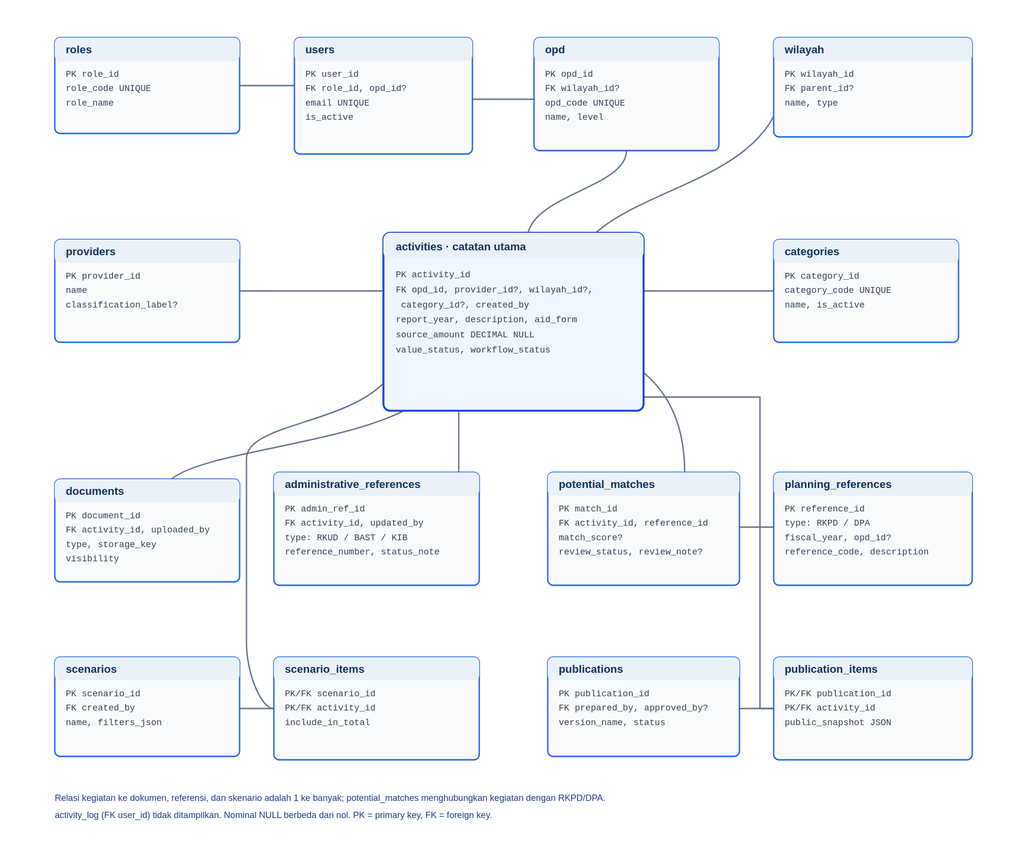
arifdwis/csr keeps this PlantUML diagram as dokumen/database_erd.svg. Above is the earlier version. Its source is kept beside it as dokumen/database_erd.puml.
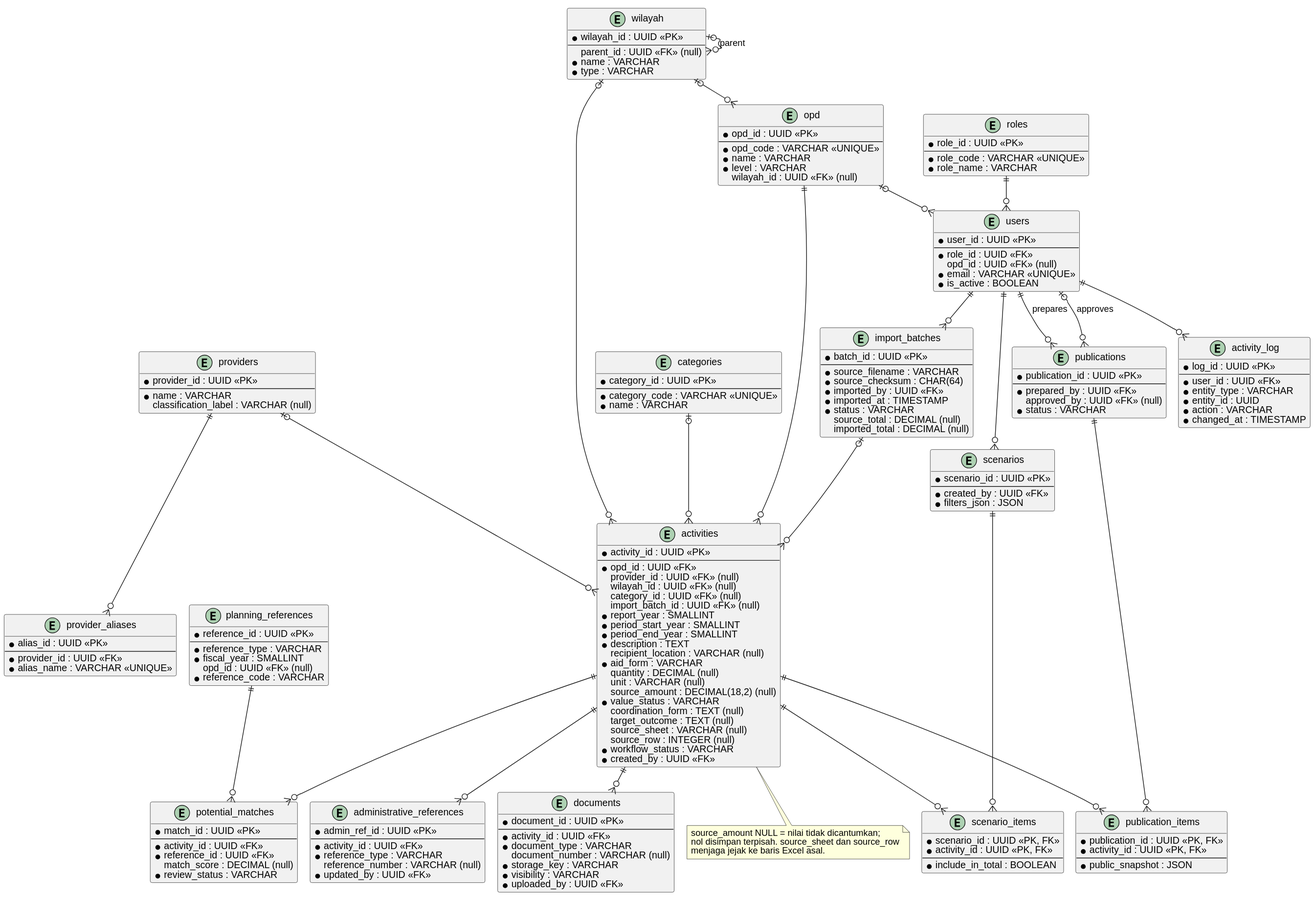
The same diagram one commit later.

Commit message:
docs: perbarui SRS ke v0.2, diagram use case, dan ERD

Diff of the diagram source:
```diff
@@ -1,8 +1,9 @@
 @startuml
+!pragma layout smetana
 hide methods
 hide stereotypes
-skinparam linetype ortho
 skinparam shadowing false
+skinparam defaultFontName Helvetica
 skinparam entity {
   BackgroundColor #F8FAFC
   BorderColor #2563EB
@@ -11,126 +12,166 @@
 entity roles {
   * role_id : UUID <<PK>>
   --
-  role_code : VARCHAR
-  role_name : VARCHAR
+  * role_code : VARCHAR <<UNIQUE>>
+  * role_name : VARCHAR
 }
 entity users {
   * user_id : UUID <<PK>>
   --
-  role_id : UUID <<FK>>
-  opd_id : UUID <<FK, nullable>>
-  email : VARCHAR <<UNIQUE>>
+  * role_id : UUID <<FK>>
+  opd_id : UUID <<FK>> (null)
+  * email : VARCHAR <<UNIQUE>>
+  * is_active : BOOLEAN
 }
 entity opd {
   * opd_id : UUID <<PK>>
   --
-  wilayah_id : UUID <<FK>>
-  opd_code : VARCHAR <<UNIQUE>>
-  name : VARCHAR
+  * opd_code : VARCHAR <<UNIQUE>>
+  * name : VARCHAR
+  * level : VARCHAR
+  wilayah_id : UUID <<FK>> (null)
 }
 entity wilayah {
   * wilayah_id : UUID <<PK>>
   --
-  parent_id : UUID <<FK>>
-  name : VARCHAR
-  type : VARCHAR
+  parent_id : UUID <<FK>> (null)
+  * name : VARCHAR
+  * type : VARCHAR
 }
 entity providers {
   * provider_id : UUID <<PK>>
   --
-  name : VARCHAR
-  classification_label : VARCHAR
+  * name : VARCHAR
+  classification_label : VARCHAR (null)
+}
+entity provider_aliases {
+  * alias_id : UUID <<PK>>
+  --
+  * provider_id : UUID <<FK>>
+  * alias_name : VARCHAR <<UNIQUE>>
 }
 entity categories {
   * category_id : UUID <<PK>>
   --
-  category_code : VARCHAR <<UNIQUE>>
-  name : VARCHAR
+  * category_code : VARCHAR <<UNIQUE>>
+  * name : VARCHAR
+}
+entity import_batches {
+  * batch_id : UUID <<PK>>
+  --
+  * source_filename : VARCHAR
+  * source_checksum : CHAR(64)
+  * imported_by : UUID <<FK>>
+  * imported_at : TIMESTAMP
+  * status : VARCHAR
+  source_total : DECIMAL (null)
+  imported_total : DECIMAL (null)
 }
 entity activities {
   * activity_id : UUID <<PK>>
   --
-  opd_id : UUID <<FK>>
-  provider_id : UUID <<FK>>
-  wilayah_id : UUID <<FK>>
-  category_id : UUID <<FK>>
-  report_year : SMALLINT
-  source_amount : DECIMAL NULL
-  value_status : VARCHAR
-  workflow_status : VARCHAR
+  * opd_id : UUID <<FK>>
+  provider_id : UUID <<FK>> (null)
+  wilayah_id : UUID <<FK>> (null)
+  category_id : UUID <<FK>> (null)
+  import_batch_id : UUID <<FK>> (null)
+  * report_year : SMALLINT
+  * period_start_year : SMALLINT
+  * period_end_year : SMALLINT
+  * description : TEXT
+  recipient_location : VARCHAR (null)
+  * aid_form : VARCHAR
+  quantity : DECIMAL (null)
+  unit : VARCHAR (null)
+  source_amount : DECIMAL(18,2) (null)
+  * value_status : VARCHAR
+  coordination_form : TEXT (null)
+  target_outcome : TEXT (null)
+  source_sheet : VARCHAR (null)
+  source_row : INTEGER (null)
+  * workflow_status : VARCHAR
+  * created_by : UUID <<FK>>
 }
 entity documents {
   * document_id : UUID <<PK>>
   --
-  activity_id : UUID <<FK>>
-  document_type : VARCHAR
-  storage_key : VARCHAR
-  visibility : VARCHAR
+  * activity_id : UUID <<FK>>
+  * document_type : VARCHAR
+  document_number : VARCHAR (null)
+  * storage_key : VARCHAR
+  * visibility : VARCHAR
+  * uploaded_by : UUID <<FK>>
 }
 entity administrative_references {
   * admin_ref_id : UUID <<PK>>
   --
-  activity_id : UUID <<FK>>
-  reference_type : VARCHAR
-  reference_number : VARCHAR
+  * activity_id : UUID <<FK>>
+  * reference_type : VARCHAR
+  reference_number : VARCHAR (null)
+  * updated_by : UUID <<FK>>
 }
 entity planning_references {
   * reference_id : UUID <<PK>>
   --
-  reference_type : VARCHAR
-  fiscal_year : SMALLINT
-  reference_code : VARCHAR
+  * reference_type : VARCHAR
+  * fiscal_year : SMALLINT
+  opd_id : UUID <<FK>> (null)
+  * reference_code : VARCHAR
 }
 entity potential_matches {
   * match_id : UUID <<PK>>
   --
-  activity_id : UUID <<FK>>
-  reference_id : UUID <<FK>>
-  match_score : DECIMAL NULL
-  review_status : VARCHAR
+  * activity_id : UUID <<FK>>
+  * reference_id : UUID <<FK>>
+  match_score : DECIMAL (null)
+  * review_status : VARCHAR
 }
 entity scenarios {
   * scenario_id : UUID <<PK>>
   --
-  created_by : UUID <<FK>>
-  filters_json : JSON
+  * created_by : UUID <<FK>>
+  * filters_json : JSON
 }
 entity scenario_items {
   * scenario_id : UUID <<PK, FK>>
   * activity_id : UUID <<PK, FK>>
   --
-  include_in_total : BOOLEAN
+  * include_in_total : BOOLEAN
 }
 entity publications {
   * publication_id : UUID <<PK>>
   --
-  prepared_by : UUID <<FK>>
-  approved_by : UUID <<FK>>
-  status : VARCHAR
+  * prepared_by : UUID <<FK>>
+  approved_by : UUID <<FK>> (null)
+  * status : VARCHAR
 }
 entity publication_items {
   * publication_id : UUID <<PK, FK>>
   * activity_id : UUID <<PK, FK>>
   --
-  public_snapshot : JSON
+  * public_snapshot : JSON
 }
 entity activity_log {
   * log_id : UUID <<PK>>
   --
-  user_id : UUID <<FK>>
-  entity_type : VARCHAR
-  entity_id : UUID
-  changed_at : TIMESTAMP
+  * user_id : UUID <<FK>>
+  * entity_type : VARCHAR
+  * entity_id : UUID
+  * action : VARCHAR
+  * changed_at : TIMESTAMP
 }
 
 roles ||--o{ users
-opd ||--o{ users
+opd |o--o{ users
 opd ||--o{ activities
-wilayah ||--o{ opd
-wilayah ||--o{ activities
-wilayah ||--o{ wilayah : parent
-providers ||--o{ activities
-categories ||--o{ activities
+wilayah |o--o{ opd
+wilayah |o--o{ activities
+wilayah |o--o{ wilayah : parent
+providers |o--o{ activities
+providers ||--o{ provider_aliases
+categories |o--o{ activities
+import_batches |o--o{ activities
+users ||--o{ import_batches
 activities ||--o{ documents
 activities ||--o{ administrative_references
 activities ||--o{ potential_matches
@@ -139,13 +180,14 @@
 scenarios ||--o{ scenario_items
 activities ||--o{ scenario_items
 users ||--o{ publications : prepares
-users ||--o{ publications : approves
+users |o--o{ publications : approves
 publications ||--o{ publication_items
 activities ||--o{ publication_items
 users ||--o{ activity_log
 
 note bottom of activities
-source_amount nullable for missing value;
-zero is stored distinctly.
+source_amount NULL = nilai tidak dicantumkan;
+nol disimpan terpisah. source_sheet dan source_row
+menjaga jejak ke baris Excel asal.
 end note
 @enduml
```
